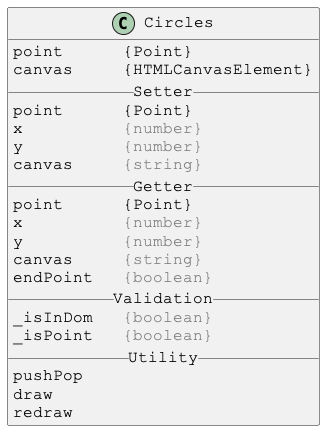
Above: docs/PlantUml/images/Circles.png in Justin-Byrne/canvasLab (PlantUML), before the change.
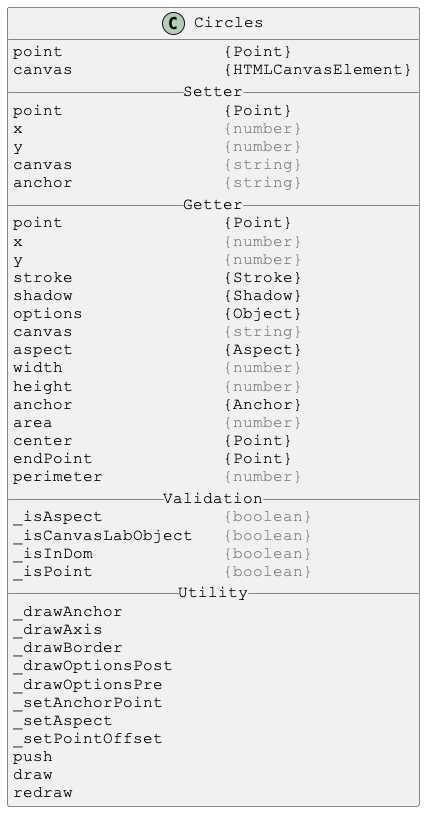
Above is the later version.

Diff of the diagram source:
```diff
@@ -4,24 +4,45 @@
 skinparam DefaultFontName Courier New
 
 class Circles {
-point      {Point}
-canvas     {HTMLCanvasElement}
+point                {Point}
+canvas               {HTMLCanvasElement}
 __ Setter __
-point      {Point}
-x          <color:gray>{number}</color>
-y          <color:gray>{number}</color>
-canvas     <color:gray>{string}</color>
+point                {Point}
+x                    <color:gray>{number}</color>
+y                    <color:gray>{number}</color>
+canvas               <color:gray>{string}</color>
+anchor               <color:gray>{string}</color>
 __ Getter __
-point      {Point}
-x          <color:gray>{number}</color>
-y          <color:gray>{number}</color>
-canvas     <color:gray>{string}</color>
-endPoint   <color:gray>{boolean}</color>
+point                {Point}
+x                    <color:gray>{number}</color>
+y                    <color:gray>{number}</color>
+stroke               {Stroke}
+shadow               {Shadow}
+options              {Object}
+canvas               <color:gray>{string}</color>
+aspect               {Aspect}
+width                <color:gray>{number}</color>
+height               <color:gray>{number}</color>
+anchor               {Anchor}
+area                 <color:gray>{number}</color>
+center               {Point}
+endPoint             {Point}
+perimeter            <color:gray>{number}</color>
 __ Validation __
-_isInDom   <color:gray>{boolean}</color>
-_isPoint   <color:gray>{boolean}</color>
+_isAspect            <color:gray>{boolean}</color>
+_isCanvasLabObject   <color:gray>{boolean}</color>
+_isInDom             <color:gray>{boolean}</color>
+_isPoint             <color:gray>{boolean}</color>
 __ Utility __
-pushPop
+_drawAnchor
+_drawAxis
+_drawBorder
+_drawOptionsPost
+_drawOptionsPre
+_setAnchorPoint
+_setAspect
+_setPointOffset
+push
 draw
 redraw
 }
```
